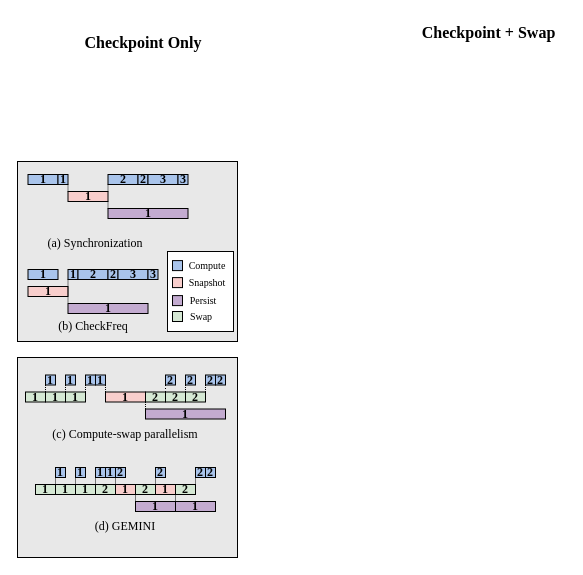
Before: fig/pipeline_mot.drawio in icszhr/NCheck, a draw.io diagram. Source tidied: cells renumbered, new cells numbered last; positions are measured from the earlier drawing's top-left corner, leaving out a move shared by most shapes. Both pictures are drawn from the tidied source at 100%, with x=0, y=0 at pixel (17, 17).
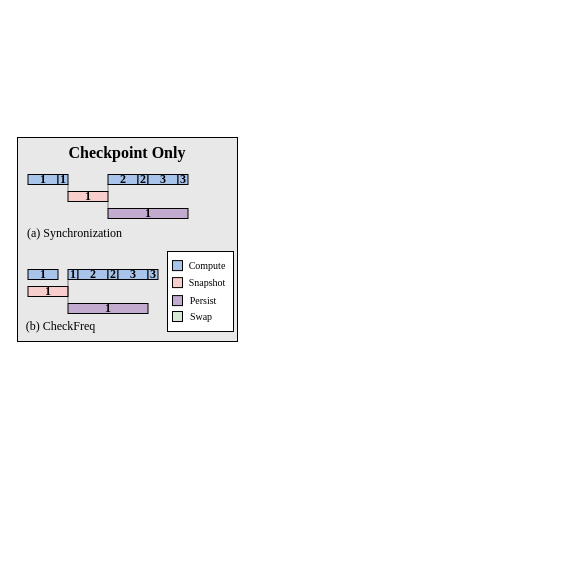
After the change.

Change to the diagram source:
```diff
@@
     <mxCell id="2" style="rounded=0;whiteSpace=wrap;html=1;fontFamily=Times New Roman;fillColor=#E8E8E8;fontSize=12;fontStyle=1;labelPosition=center;verticalLabelPosition=middle;align=center;verticalAlign=middle;spacing=0;" parent="1" vertex="1">
-      <mxGeometry y="144" width="220" height="180" as="geometry" />
+      <mxGeometry y="120" width="220" height="204" as="geometry" />
     </mxCell>
-    <mxCell id="3" style="rounded=0;whiteSpace=wrap;html=1;fontFamily=Times New Roman;fillColor=#E8E8E8;fontSize=12;fontStyle=1;labelPosition=center;verticalLabelPosition=middle;align=center;verticalAlign=middle;spacing=0;" parent="1" vertex="1">
-      <mxGeometry y="340" width="220" height="200" as="geometry" />
-    </mxCell>
@@
     <mxCell id="24" value="(a) Synchronization" style="text;html=1;align=center;verticalAlign=middle;whiteSpace=wrap;rounded=0;fontFamily=Times New Roman;fontSize=12;fontStyle=0;labelPosition=center;verticalLabelPosition=middle;spacing=0;" parent="1" vertex="1">
-      <mxGeometry x="12.5" y="211" width="130" height="30" as="geometry" />
+      <mxGeometry x="6" y="201" width="103" height="30" as="geometry" />
     </mxCell>
-    <mxCell id="25" value="(c) Compute-swap parallelism" style="text;html=1;align=center;verticalAlign=middle;whiteSpace=wrap;rounded=0;fontFamily=Times New Roman;" parent="1" vertex="1">
-      <mxGeometry x="25" y="401.5" width="166" height="30" as="geometry" />
-    </mxCell>
     <mxCell id="26" value="(b) CheckFreq" style="text;html=1;align=center;verticalAlign=middle;whiteSpace=wrap;rounded=0;fontFamily=Times New Roman;fontSize=12;fontStyle=0;labelPosition=center;verticalLabelPosition=middle;spacing=0;" parent="1" vertex="1">
-      <mxGeometry x="10.5" y="294" width="130" height="30" as="geometry" />
+      <mxGeometry x="8" y="294" width="70.5" height="30" as="geometry" />
     </mxCell>
-    <mxCell id="27" value="(d) GEMINI" style="text;html=1;align=center;verticalAlign=middle;whiteSpace=wrap;rounded=0;fontFamily=Times New Roman;" parent="1" vertex="1">
-      <mxGeometry x="43" y="494" width="130" height="30" as="geometry" />
-    </mxCell>
-    <mxCell id="28" value="1" style="whiteSpace=wrap;fillColor=#F8CECC;fontSize=12;fontFamily=Times New Roman;fontStyle=1;spacing=0;" parent="1" vertex="1">
-      <mxGeometry x="98" y="467" width="20" height="10" as="geometry" />
-    </mxCell>
-    <mxCell id="29" value="1" style="whiteSpace=wrap;fillColor=#D5E8D4;fontSize=12;fontFamily=Times New Roman;fontStyle=1;spacing=0;" parent="1" vertex="1">
-      <mxGeometry x="18" y="467" width="20" height="10" as="geometry" />
-    </mxCell>
-    <mxCell id="30" value="1" style="whiteSpace=wrap;fillColor=#D5E8D4;fontSize=12;fontFamily=Times New Roman;fontStyle=1;spacing=0;" parent="1" vertex="1">
-      <mxGeometry x="38" y="467" width="20" height="10" as="geometry" />
-    </mxCell>
@@
-    <mxCell id="40" style="edgeStyle=orthogonalEdgeStyle;rounded=0;jettySize=auto;exitX=0;exitY=1;exitDx=0;exitDy=0;entryX=0;entryY=0;entryDx=0;entryDy=0;endArrow=none;endFill=0;dashed=1;dashPattern=1 1;fontStyle=1;fontSize=12;labelBackgroundColor=none;spacing=0;spacingTop=0;spacingBottom=0;" parent="1" edge="1" source="41" target="49">
-      <mxGeometry relative="1" as="geometry" />
-    </mxCell>
-    <mxCell id="41" value="1" style="whiteSpace=wrap;fillColor=#A9C4EB;fontSize=12;fontFamily=Times New Roman;fontStyle=1;labelBackgroundColor=none;spacing=0;spacingTop=0;spacingBottom=0;" parent="1" vertex="1">
-      <mxGeometry x="28" y="357.5" width="10" height="10" as="geometry" />
-    </mxCell>
-    <mxCell id="42" style="edgeStyle=orthogonalEdgeStyle;rounded=0;jettySize=auto;exitX=0;exitY=1;exitDx=0;exitDy=0;entryX=0;entryY=0;entryDx=0;entryDy=0;endArrow=none;endFill=0;dashed=1;dashPattern=1 1;fontStyle=1;fontSize=12;labelBackgroundColor=none;spacing=0;spacingTop=0;spacingBottom=0;" parent="1" edge="1" source="43" target="50">
-      <mxGeometry relative="1" as="geometry" />
-    </mxCell>
-    <mxCell id="43" value="1" style="whiteSpace=wrap;fillColor=#A9C4EB;fontSize=12;fontFamily=Times New Roman;fontStyle=1;labelBackgroundColor=none;spacing=0;spacingTop=0;spacingBottom=0;" parent="1" vertex="1">
-      <mxGeometry x="48" y="357.5" width="10" height="10" as="geometry" />
-    </mxCell>
-    <mxCell id="44" style="edgeStyle=orthogonalEdgeStyle;rounded=0;jettySize=auto;exitX=0;exitY=1;exitDx=0;exitDy=0;entryX=1;entryY=0;entryDx=0;entryDy=0;endArrow=none;endFill=0;dashed=1;dashPattern=1 1;fontStyle=1;fontSize=12;labelBackgroundColor=none;spacing=0;spacingTop=0;spacingBottom=0;" parent="1" edge="1" source="45" target="50">
-      <mxGeometry relative="1" as="geometry" />
-    </mxCell>
-    <mxCell id="45" value="1" style="whiteSpace=wrap;fillColor=#A9C4EB;fontSize=12;fontFamily=Times New Roman;fontStyle=1;labelBackgroundColor=none;spacing=0;spacingTop=0;spacingBottom=0;" parent="1" vertex="1">
-      <mxGeometry x="68" y="357.5" width="10" height="10" as="geometry" />
-    </mxCell>
-    <mxCell id="46" style="edgeStyle=orthogonalEdgeStyle;rounded=0;jettySize=auto;exitX=1;exitY=1;exitDx=0;exitDy=0;entryX=0;entryY=0;entryDx=0;entryDy=0;endArrow=none;endFill=0;dashed=1;dashPattern=1 1;fontStyle=1;fontSize=12;labelBackgroundColor=none;spacing=0;spacingTop=0;spacingBottom=0;" parent="1" edge="1" source="47" target="60">
-      <mxGeometry relative="1" as="geometry" />
-    </mxCell>
-    <mxCell id="47" value="1" style="whiteSpace=wrap;fillColor=#A9C4EB;fontSize=12;fontFamily=Times New Roman;fontStyle=1;labelBackgroundColor=none;spacing=0;spacingTop=0;spacingBottom=0;" parent="1" vertex="1">
-      <mxGeometry x="78" y="357.5" width="10" height="10" as="geometry" />
-    </mxCell>
-    <mxCell id="48" value="1" style="whiteSpace=wrap;fillColor=#D5E8D4;fontSize=12;fontFamily=Times New Roman;fontStyle=1;labelBackgroundColor=none;spacing=0;spacingTop=0;spacingBottom=0;" parent="1" vertex="1">
-      <mxGeometry x="8" y="374.5" width="20" height="10" as="geometry" />
-    </mxCell>
-    <mxCell id="49" value="1" style="whiteSpace=wrap;fillColor=#D5E8D4;fontSize=12;fontFamily=Times New Roman;fontStyle=1;labelBackgroundColor=none;spacing=0;spacingTop=0;spacingBottom=0;" parent="1" vertex="1">
-      <mxGeometry x="28" y="374.5" width="20" height="10" as="geometry" />
-    </mxCell>
-    <mxCell id="50" value="1" style="whiteSpace=wrap;fillColor=#D5E8D4;fontSize=12;fontFamily=Times New Roman;fontStyle=1;labelBackgroundColor=none;spacing=0;spacingTop=0;spacingBottom=0;" parent="1" vertex="1">
-      <mxGeometry x="48" y="374.5" width="20" height="10" as="geometry" />
-    </mxCell>
-    <mxCell id="51" value="1" style="whiteSpace=wrap;fillColor=#D5E8D4;fontSize=12;fontFamily=Times New Roman;fontStyle=1;spacing=0;" parent="1" vertex="1">
-      <mxGeometry x="58" y="467" width="20" height="10" as="geometry" />
-    </mxCell>
-    <mxCell id="52" value="1" style="whiteSpace=wrap;fillColor=#F8CECC;fontSize=12;fontFamily=Times New Roman;fontStyle=1;spacing=0;" parent="1" vertex="1">
-      <mxGeometry x="138" y="467" width="20" height="10" as="geometry" />
-    </mxCell>
-    <mxCell id="53" style="edgeStyle=orthogonalEdgeStyle;rounded=0;jettySize=auto;exitX=0;exitY=1;exitDx=0;exitDy=0;entryX=0;entryY=0;entryDx=0;entryDy=0;endArrow=none;endFill=0;dashed=1;dashPattern=1 1;fontStyle=1;fontFamily=Times New Roman;fontSize=12;spacing=0;" parent="1" edge="1" source="54" target="30">
-      <mxGeometry relative="1" as="geometry" />
-    </mxCell>
-    <mxCell id="54" value="1" style="whiteSpace=wrap;fillColor=#A9C4EB;fontSize=12;fontFamily=Times New Roman;fontStyle=1;spacing=0;" parent="1" vertex="1">
-      <mxGeometry x="38" y="450" width="10" height="10" as="geometry" />
-    </mxCell>
-    <mxCell id="55" style="edgeStyle=orthogonalEdgeStyle;rounded=0;jettySize=auto;exitX=0;exitY=1;exitDx=0;exitDy=0;entryX=0;entryY=0;entryDx=0;entryDy=0;endArrow=none;endFill=0;dashed=1;dashPattern=1 1;fontStyle=1;fontFamily=Times New Roman;fontSize=12;spacing=0;" parent="1" edge="1" source="56" target="51">
-      <mxGeometry relative="1" as="geometry" />
-    </mxCell>
-    <mxCell id="56" value="1" style="whiteSpace=wrap;fillColor=#A9C4EB;fontSize=12;fontFamily=Times New Roman;fontStyle=1;spacing=0;" parent="1" vertex="1">
-      <mxGeometry x="58" y="450" width="10" height="10" as="geometry" />
-    </mxCell>
-    <mxCell id="57" style="edgeStyle=orthogonalEdgeStyle;rounded=0;jettySize=auto;exitX=0;exitY=1;exitDx=0;exitDy=0;entryX=0;entryY=0;entryDx=0;entryDy=0;endArrow=none;endFill=0;dashed=1;dashPattern=1 1;fontStyle=1;fontFamily=Times New Roman;fontSize=12;spacing=0;" parent="1" edge="1" source="58" target="75">
-      <mxGeometry relative="1" as="geometry" />
-    </mxCell>
-    <mxCell id="58" value="1" style="whiteSpace=wrap;fillColor=#A9C4EB;fontSize=12;fontFamily=Times New Roman;fontStyle=1;spacing=0;" parent="1" vertex="1">
-      <mxGeometry x="78" y="450" width="10" height="10" as="geometry" />
-    </mxCell>
-    <mxCell id="59" value="1" style="whiteSpace=wrap;fillColor=#A9C4EB;fontSize=12;fontFamily=Times New Roman;fontStyle=1;spacing=0;" parent="1" vertex="1">
-      <mxGeometry x="88" y="450" width="10" height="10" as="geometry" />
-    </mxCell>
-    <mxCell id="60" value="1" style="whiteSpace=wrap;fillColor=#F8CECC;fontSize=12;fontFamily=Times New Roman;fontStyle=1;labelBackgroundColor=none;spacing=0;spacingTop=0;spacingBottom=0;" parent="1" vertex="1">
-      <mxGeometry x="88" y="374.5" width="40" height="10" as="geometry" />
-    </mxCell>
-    <mxCell id="61" value="1" style="whiteSpace=wrap;fillColor=#C3ABD0;fontSize=12;fontFamily=Times New Roman;fontStyle=1;spacing=0;" parent="1" vertex="1">
-      <mxGeometry x="118" y="484" width="40" height="10" as="geometry" />
-    </mxCell>
-    <mxCell id="62" value="1" style="whiteSpace=wrap;fillColor=#C3ABD0;fontSize=12;fontFamily=Times New Roman;fontStyle=1;labelBackgroundColor=none;spacing=0;spacingTop=0;spacingBottom=0;" parent="1" vertex="1">
-      <mxGeometry x="128" y="391.5" width="80" height="10" as="geometry" />
-    </mxCell>
-    <mxCell id="63" value="1" style="whiteSpace=wrap;fillColor=#C3ABD0;fontSize=12;fontFamily=Times New Roman;fontStyle=1;spacing=0;" parent="1" vertex="1">
-      <mxGeometry x="158" y="484" width="40" height="10" as="geometry" />
-    </mxCell>
-    <mxCell id="64" style="edgeStyle=orthogonalEdgeStyle;rounded=0;jettySize=auto;exitX=0;exitY=1;exitDx=0;exitDy=0;entryX=0;entryY=0;entryDx=0;entryDy=0;endArrow=none;endFill=0;dashed=1;dashPattern=1 2;fontStyle=1;fontSize=12;labelBackgroundColor=none;spacing=0;spacingTop=0;spacingBottom=0;" parent="1" edge="1" source="65" target="73">
-      <mxGeometry relative="1" as="geometry" />
-    </mxCell>
-    <mxCell id="65" value="2" style="whiteSpace=wrap;fillColor=#A9C4EB;fontSize=12;fontFamily=Times New Roman;fontStyle=1;labelBackgroundColor=none;spacing=0;spacingTop=0;spacingBottom=0;" parent="1" vertex="1">
-      <mxGeometry x="148" y="357.5" width="10" height="10" as="geometry" />
-    </mxCell>
-    <mxCell id="66" style="edgeStyle=orthogonalEdgeStyle;rounded=0;jettySize=auto;exitX=0;exitY=1;exitDx=0;exitDy=0;entryX=0;entryY=0;entryDx=0;entryDy=0;endArrow=none;endFill=0;dashed=1;dashPattern=1 1;fontStyle=1;fontSize=12;labelBackgroundColor=none;spacing=0;spacingTop=0;spacingBottom=0;" parent="1" edge="1" source="67" target="74">
-      <mxGeometry relative="1" as="geometry" />
-    </mxCell>
-    <mxCell id="67" value="2" style="whiteSpace=wrap;fillColor=#A9C4EB;fontSize=12;fontFamily=Times New Roman;fontStyle=1;labelBackgroundColor=none;spacing=0;spacingTop=0;spacingBottom=0;" parent="1" vertex="1">
-      <mxGeometry x="168" y="357.5" width="10" height="10" as="geometry" />
-    </mxCell>
-    <mxCell id="68" style="edgeStyle=orthogonalEdgeStyle;rounded=0;jettySize=auto;exitX=0;exitY=1;exitDx=0;exitDy=0;entryX=1;entryY=0;entryDx=0;entryDy=0;endArrow=none;endFill=0;dashed=1;dashPattern=1 1;fontStyle=1;fontSize=12;labelBackgroundColor=none;spacing=0;spacingTop=0;spacingBottom=0;" parent="1" edge="1" source="69" target="74">
-      <mxGeometry relative="1" as="geometry" />
-    </mxCell>
-    <mxCell id="69" value="2" style="whiteSpace=wrap;fillColor=#A9C4EB;fontSize=12;fontFamily=Times New Roman;fontStyle=1;labelBackgroundColor=none;spacing=0;spacingTop=0;spacingBottom=0;" parent="1" vertex="1">
-      <mxGeometry x="188" y="357.5" width="10" height="10" as="geometry" />
-    </mxCell>
-    <mxCell id="70" value="2" style="whiteSpace=wrap;fillColor=#A9C4EB;fontSize=12;fontFamily=Times New Roman;fontStyle=1;labelBackgroundColor=none;spacing=0;spacingTop=0;spacingBottom=0;" parent="1" vertex="1">
-      <mxGeometry x="198" y="357.5" width="10" height="10" as="geometry" />
-    </mxCell>
-    <mxCell id="71" style="edgeStyle=orthogonalEdgeStyle;rounded=0;jettySize=auto;exitX=0;exitY=1;exitDx=0;exitDy=0;entryX=0;entryY=0;entryDx=0;entryDy=0;endArrow=none;endFill=0;dashed=1;dashPattern=1 1;fontStyle=1;fontSize=12;labelBackgroundColor=none;spacing=0;spacingTop=0;spacingBottom=0;" parent="1" edge="1" source="72" target="62">
-      <mxGeometry relative="1" as="geometry" />
-    </mxCell>
-    <mxCell id="72" value="2" style="whiteSpace=wrap;fillColor=#D5E8D4;fontSize=12;fontFamily=Times New Roman;fontStyle=1;labelBackgroundColor=none;spacing=0;spacingTop=0;spacingBottom=0;" parent="1" vertex="1">
-      <mxGeometry x="128" y="374.5" width="20" height="10" as="geometry" />
-    </mxCell>
-    <mxCell id="73" value="2" style="whiteSpace=wrap;fillColor=#D5E8D4;fontSize=12;fontFamily=Times New Roman;fontStyle=1;labelBackgroundColor=none;spacing=0;spacingTop=0;spacingBottom=0;" parent="1" vertex="1">
-      <mxGeometry x="148" y="374.5" width="20" height="10" as="geometry" />
-    </mxCell>
-    <mxCell id="74" value="2" style="whiteSpace=wrap;fillColor=#D5E8D4;fontSize=12;fontFamily=Times New Roman;fontStyle=1;labelBackgroundColor=none;spacing=0;spacingTop=0;spacingBottom=0;" parent="1" vertex="1">
-      <mxGeometry x="168" y="374.5" width="20" height="10" as="geometry" />
-    </mxCell>
-    <mxCell id="75" value="2" style="whiteSpace=wrap;fillColor=#D5E8D4;fontSize=12;fontFamily=Times New Roman;fontStyle=1;spacing=0;" parent="1" vertex="1">
-      <mxGeometry x="78" y="467" width="20" height="10" as="geometry" />
-    </mxCell>
-    <mxCell id="76" style="edgeStyle=orthogonalEdgeStyle;rounded=0;jettySize=auto;exitX=0;exitY=1;exitDx=0;exitDy=0;entryX=0;entryY=0;entryDx=0;entryDy=0;endArrow=none;endFill=0;dashed=1;dashPattern=1 1;fontStyle=1;fontFamily=Times New Roman;fontSize=12;spacing=0;" parent="1" edge="1" source="77" target="61">
-      <mxGeometry relative="1" as="geometry" />
-    </mxCell>
-    <mxCell id="77" value="2" style="whiteSpace=wrap;fillColor=#D5E8D4;fontSize=12;fontFamily=Times New Roman;fontStyle=1;spacing=0;" parent="1" vertex="1">
-      <mxGeometry x="118" y="467" width="20" height="10" as="geometry" />
-    </mxCell>
-    <mxCell id="78" style="edgeStyle=orthogonalEdgeStyle;rounded=0;jettySize=auto;exitX=0;exitY=1;exitDx=0;exitDy=0;entryX=0;entryY=0;entryDx=0;entryDy=0;endArrow=none;endFill=0;dashed=1;dashPattern=1 1;fontStyle=1;fontFamily=Times New Roman;fontSize=12;spacing=0;" parent="1" edge="1" source="79" target="63">
-      <mxGeometry relative="1" as="geometry" />
-    </mxCell>
-    <mxCell id="79" value="2" style="whiteSpace=wrap;fillColor=#D5E8D4;fontSize=12;fontFamily=Times New Roman;fontStyle=1;spacing=0;" parent="1" vertex="1">
-      <mxGeometry x="158" y="467" width="20" height="10" as="geometry" />
-    </mxCell>
-    <mxCell id="80" style="edgeStyle=orthogonalEdgeStyle;rounded=0;jettySize=auto;exitX=0;exitY=1;exitDx=0;exitDy=0;entryX=1;entryY=0;entryDx=0;entryDy=0;endArrow=none;endFill=0;dashed=1;dashPattern=1 1;fontStyle=1;fontFamily=Times New Roman;fontSize=12;spacing=0;" parent="1" edge="1" source="81" target="75">
-      <mxGeometry relative="1" as="geometry" />
-    </mxCell>
-    <mxCell id="81" value="2" style="whiteSpace=wrap;fillColor=#A9C4EB;fontSize=12;fontFamily=Times New Roman;fontStyle=1;spacing=0;" parent="1" vertex="1">
-      <mxGeometry x="98" y="450" width="10" height="10" as="geometry" />
-    </mxCell>
-    <mxCell id="82" style="edgeStyle=orthogonalEdgeStyle;rounded=0;jettySize=auto;exitX=0;exitY=1;exitDx=0;exitDy=0;entryX=0;entryY=0;entryDx=0;entryDy=0;endArrow=none;endFill=0;dashed=1;dashPattern=1 1;fontStyle=1;fontFamily=Times New Roman;fontSize=12;spacing=0;" parent="1" edge="1" source="83" target="52">
-      <mxGeometry relative="1" as="geometry" />
-    </mxCell>
-    <mxCell id="83" value="2" style="whiteSpace=wrap;fillColor=#A9C4EB;fontSize=12;fontFamily=Times New Roman;fontStyle=1;spacing=0;" parent="1" vertex="1">
-      <mxGeometry x="138" y="450" width="10" height="10" as="geometry" />
-    </mxCell>
-    <mxCell id="84" style="edgeStyle=orthogonalEdgeStyle;rounded=0;jettySize=auto;exitX=0;exitY=1;exitDx=0;exitDy=0;entryX=1;entryY=0;entryDx=0;entryDy=0;endArrow=none;endFill=0;dashed=1;dashPattern=1 1;fontStyle=1;fontFamily=Times New Roman;fontSize=12;spacing=0;" parent="1" edge="1" source="85" target="79">
-      <mxGeometry relative="1" as="geometry" />
-    </mxCell>
-    <mxCell id="85" value="2" style="whiteSpace=wrap;fillColor=#A9C4EB;fontSize=12;fontFamily=Times New Roman;fontStyle=1;spacing=0;" parent="1" vertex="1">
-      <mxGeometry x="178" y="450" width="10" height="10" as="geometry" />
-    </mxCell>
-    <mxCell id="86" value="2" style="whiteSpace=wrap;fillColor=#A9C4EB;fontSize=12;fontFamily=Times New Roman;fontStyle=1;spacing=0;" parent="1" vertex="1">
-      <mxGeometry x="188" y="450" width="10" height="10" as="geometry" />
-    </mxCell>
     <mxCell id="87" value="&lt;font style=&quot;font-size: 16px;&quot;&gt;&lt;b&gt;Checkpoint Only&lt;/b&gt;&lt;/font&gt;" style="text;html=1;align=center;verticalAlign=middle;whiteSpace=wrap;rounded=0;fontFamily=Times New Roman;" parent="1" vertex="1">
-      <mxGeometry x="61" y="10" width="130" height="30" as="geometry" />
+      <mxGeometry x="45" y="120" width="130" height="30" as="geometry" />
     </mxCell>
-    <mxCell id="88" value="&lt;font style=&quot;font-size: 16px;&quot;&gt;&lt;b&gt;Checkpoint + Swap&lt;/b&gt;&lt;/font&gt;" style="text;html=1;align=center;verticalAlign=middle;whiteSpace=wrap;rounded=0;fontFamily=Times New Roman;" parent="1" vertex="1">
-      <mxGeometry x="395.2" width="152.8" height="30" as="geometry" />
-    </mxCell>
```
